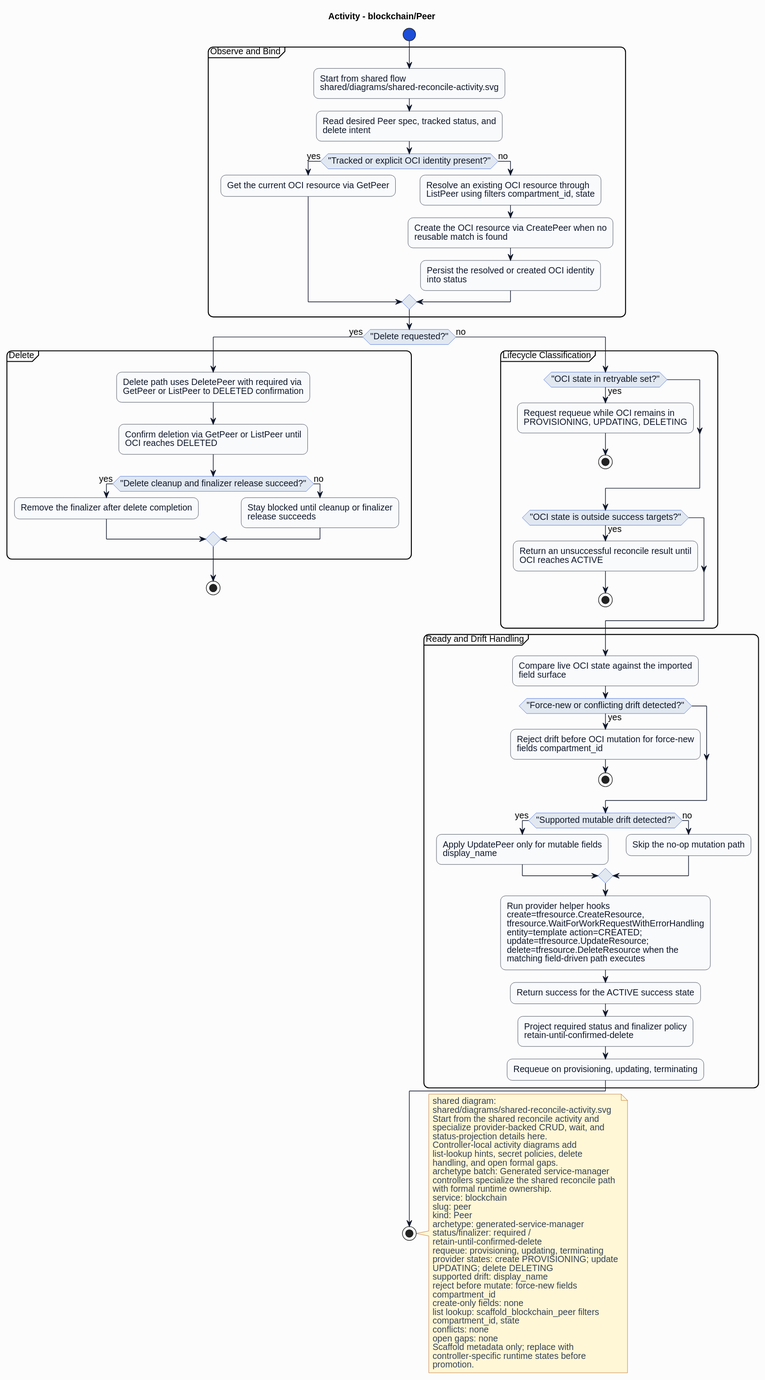
Before: formal/controllers/blockchain/peer/diagrams/activity.svg, a diagram exported from PlantUML (HaoyL666/oci-service-operator).
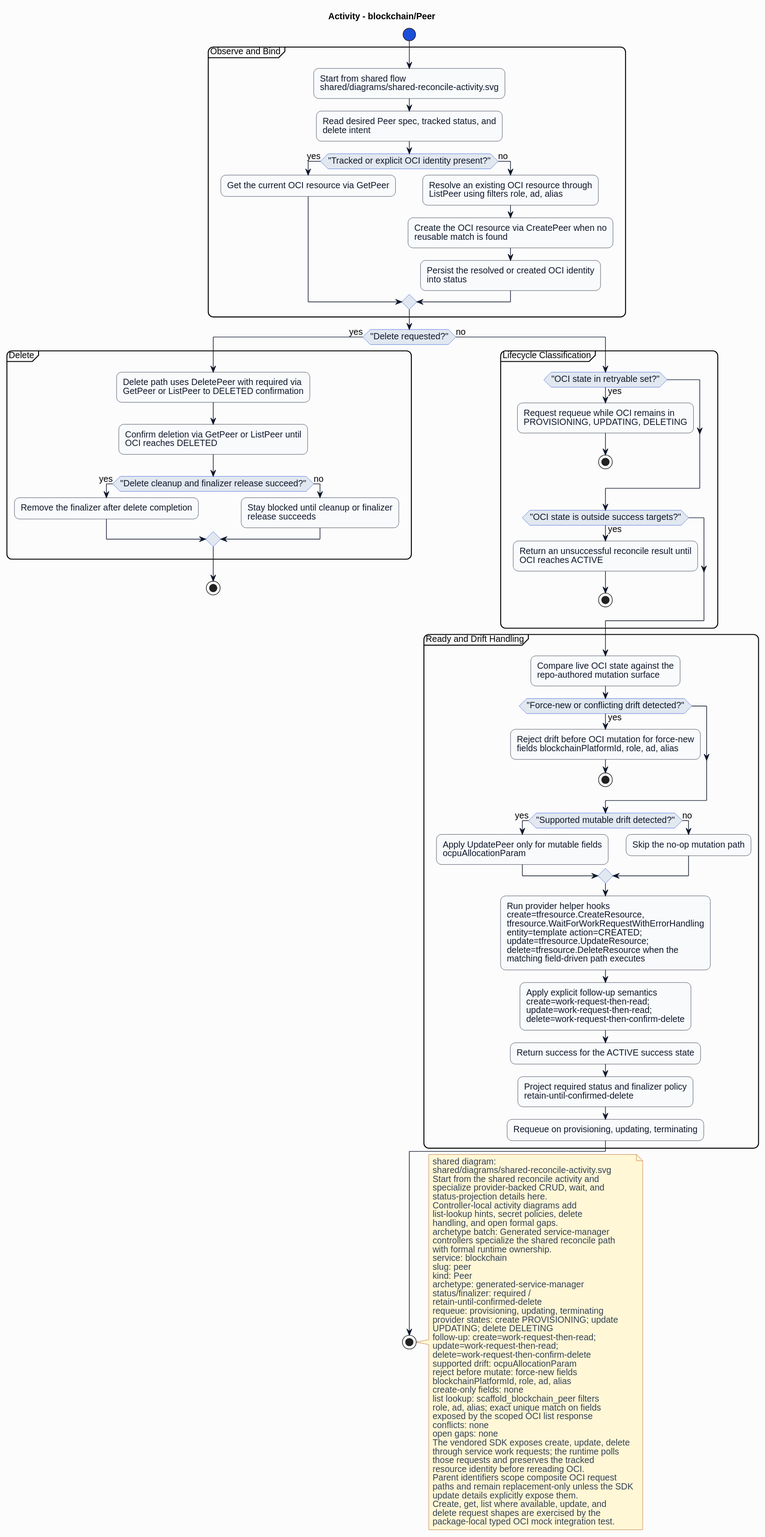
The same file after the commit.

Diff of the diagram source:
```diff
@@ -27,7 +27,7 @@
 if ("Tracked or explicit OCI identity present?") then (yes)
 :Get the current OCI resource via GetPeer;
 else (no)
-:Resolve an existing OCI resource through\nListPeer using filters compartment_id, state;
+:Resolve an existing OCI resource through\nListPeer using filters role, ad, alias;
 :Create the OCI resource via CreatePeer when no\nreusable match is found;
 :Persist the resolved or created OCI identity\ninto status;
 endif
@@ -55,17 +55,18 @@
 endif
 }
 partition "Ready and Drift Handling" {
-:Compare live OCI state against the imported\nfield surface;
+:Compare live OCI state against the\nrepo-authored mutation surface;
 if ("Force-new or conflicting drift detected?") then (yes)
-:Reject drift before OCI mutation for force-new\nfields compartment_id;
+:Reject drift before OCI mutation for force-new\nfields blockchainPlatformId, role, ad, alias;
 stop
 endif
 if ("Supported mutable drift detected?") then (yes)
-:Apply UpdatePeer only for mutable fields\ndisplay_name;
+:Apply UpdatePeer only for mutable fields\nocpuAllocationParam;
 else (no)
 :Skip the no-op mutation path;
 endif
 :Run provider helper hooks\ncreate=tfresource.CreateResource,\ntfresource.WaitForWorkRequestWithErrorHandling\nentity=template action=CREATED;\nupdate=tfresource.UpdateResource;\ndelete=tfresource.DeleteResource when the\nmatching field-driven path executes;
+:Apply explicit follow-up semantics\ncreate=work-request-then-read;\nupdate=work-request-then-read;\ndelete=work-request-then-confirm-delete;
 :Return success for the ACTIVE success state;
 :Project required status and finalizer policy\nretain-until-confirmed-delete;
 :Requeue on provisioning, updating, terminating;
@@ -93,16 +94,27 @@
 requeue: provisioning, updating, terminating
 provider states: create PROVISIONING; update
 UPDATING; delete DELETING
-supported drift: display_name
+follow-up: create=work-request-then-read;
+update=work-request-then-read;
+delete=work-request-then-confirm-delete
+supported drift: ocpuAllocationParam
 reject before mutate: force-new fields
-compartment_id
+blockchainPlatformId, role, ad, alias
 create-only fields: none
 list lookup: scaffold_blockchain_peer filters
-compartment_id, state
+role, ad, alias; exact unique match on fields
+exposed by the scoped OCI list response
 conflicts: none
 open gaps: none
-Scaffold metadata only; replace with
-controller-specific runtime states before
-promotion.
+The vendored SDK exposes create, update, delete
+through service work requests; the runtime polls
+those requests and preserves the tracked
+resource identity before rereading OCI.
+Parent identifiers scope composite OCI request
+paths and remain replacement-only unless the SDK
+update details explicitly expose them.
+Create, get, list where available, update, and
+delete request shapes are exercised by the
+package-local typed OCI mock integration test.
 end note
 @enduml
```
